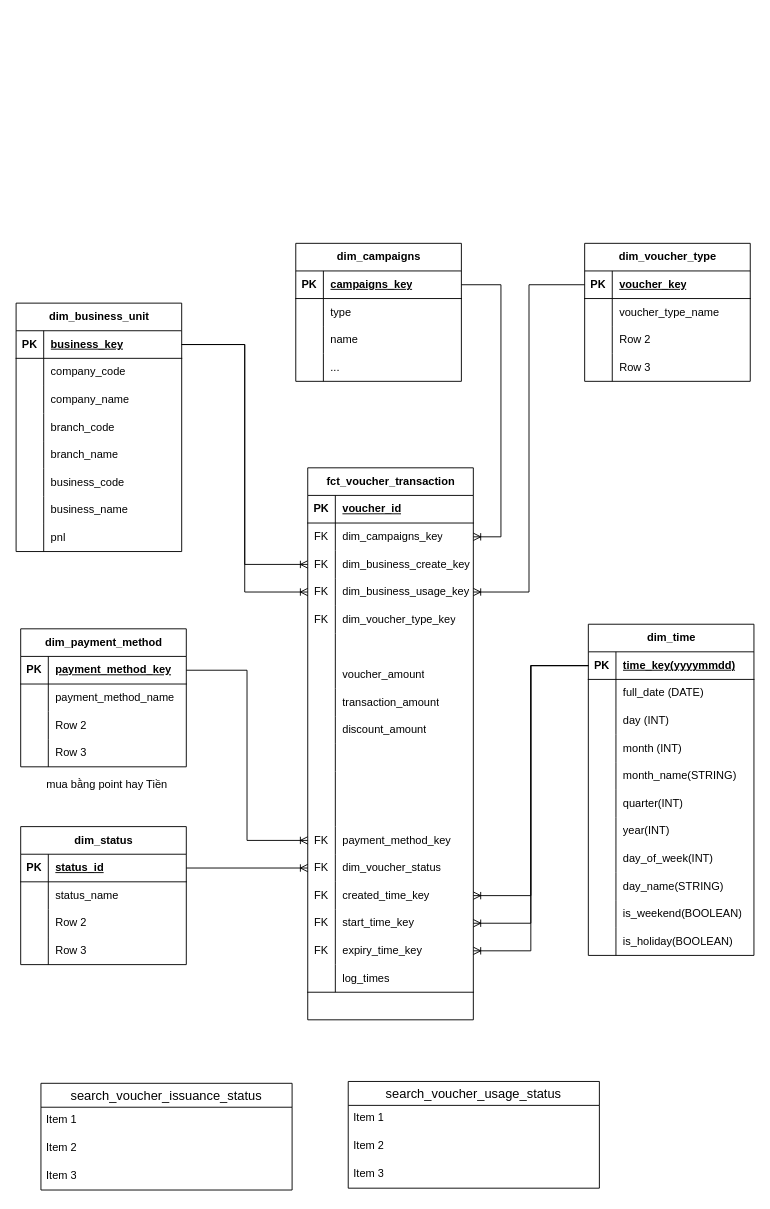
Above: page "Page-1" (1 of 2) of Untitled Diagram.drawio in sonnn1505/Studying (draw.io), before the change. Source tidied: cells renumbered, new cells numbered last; positions are measured from the earlier drawing's top-left corner, leaving out a move shared by most shapes. Both pictures are drawn from the tidied source at 92%, with x=0, y=0 at pixel (16, 243).
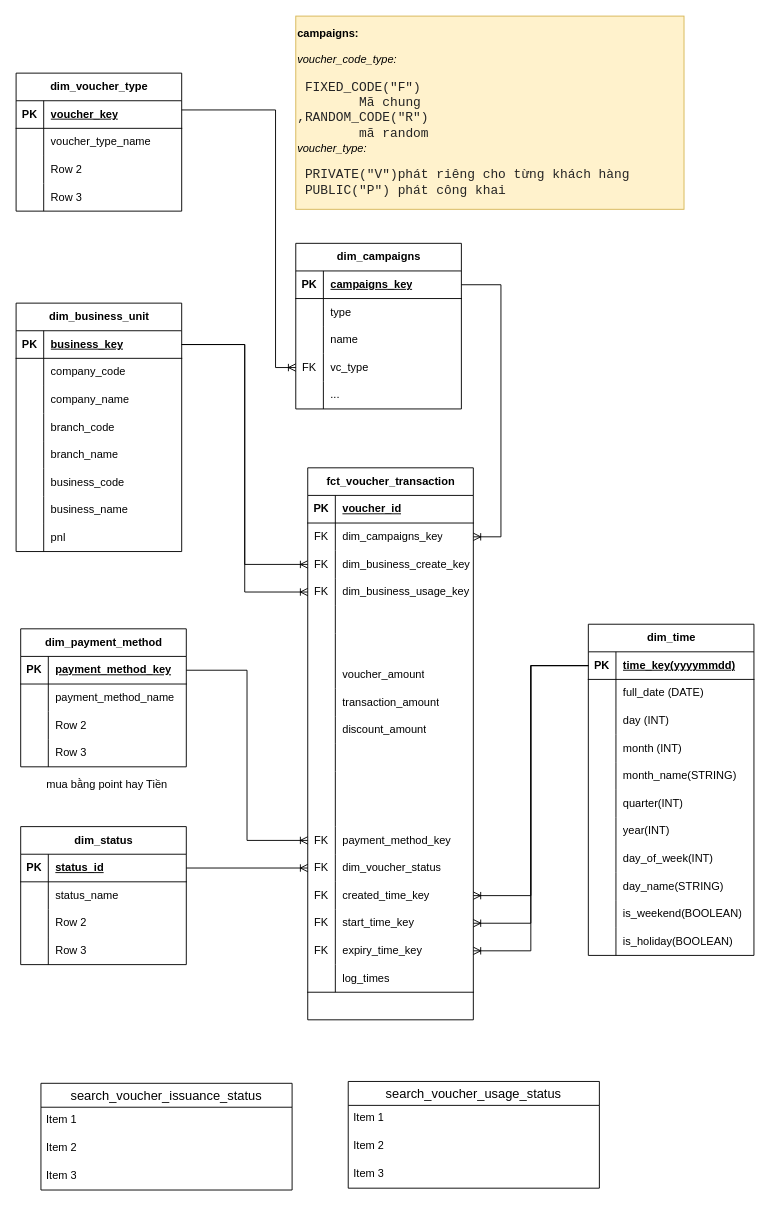
After the change.

Unchanged cells that the change refers to:
```xml
<mxCell id="46" style="shape=tableRow;horizontal=0;startSize=0;swimlaneHead=0;swimlaneBody=0;fillColor=none;points=[[0,0.5],[1,0.5]];portConstraint=eastwest;top=0;left=0;right=0;bottom=0;" parent="36" vertex="1">
  <mxGeometry y="120" width="180" height="30" as="geometry" />
</mxCell>
<mxCell id="49" style="shape=tableRow;horizontal=0;startSize=0;swimlaneHead=0;swimlaneBody=0;fillColor=none;top=0;left=0;right=0;bottom=0;" parent="36" vertex="1">
  <mxGeometry y="150" width="180" height="30" as="geometry" />
</mxCell>
<mxCell id="101" style="shape=tableRow;horizontal=0;startSize=0;swimlaneHead=0;swimlaneBody=0;fillColor=none;points=[[0,0.5],[1,0.5]];portConstraint=eastwest;top=0;left=0;right=0;bottom=0;" parent="91" vertex="1">
  <mxGeometry y="120" width="180" height="30" as="geometry" />
</mxCell>
<mxCell id="130" style="shape=tableRow;horizontal=0;startSize=0;swimlaneHead=0;swimlaneBody=0;fillColor=none;points=[[0,0.5],[1,0.5]];portConstraint=eastwest;top=0;left=0;right=0;bottom=1;" parent="129" vertex="1">
  <mxGeometry y="30" width="180" height="30" as="geometry" />
</mxCell>
```

Change to the diagram source:
```diff
@@
-    <mxCell id="50" value="FK" style="shape=partialRectangle;fillColor=none;top=0;left=0;bottom=0;right=0;overflow=hidden;whiteSpace=wrap;html=1;" parent="49" vertex="1">
+    <mxCell id="50" style="shape=partialRectangle;fillColor=none;top=0;left=0;bottom=0;right=0;overflow=hidden;whiteSpace=wrap;html=1;" parent="49" vertex="1">
       <mxGeometry width="30" height="30" as="geometry" />
     </mxCell>
-    <mxCell id="51" value="dim_voucher_type_key" style="shape=partialRectangle;fillColor=none;top=0;left=0;bottom=0;right=0;align=left;spacingLeft=6;overflow=hidden;whiteSpace=wrap;html=1;" parent="49" vertex="1">
+    <mxCell id="51" style="shape=partialRectangle;fillColor=none;top=0;left=0;bottom=0;right=0;align=left;spacingLeft=6;overflow=hidden;whiteSpace=wrap;html=1;" parent="49" vertex="1">
       <mxGeometry x="30" width="150" height="30" as="geometry" />
     </mxCell>
@@
     <mxCell id="91" value="dim_campaigns" style="shape=table;startSize=30;childLayout=tableLayout;rowLines=0;fontStyle=1;align=center;html=1;" parent="1" vertex="1">
-      <mxGeometry x="304" width="180" height="150" as="geometry" />
+      <mxGeometry x="304" width="180" height="180" as="geometry" />
     </mxCell>
@@
-    <mxCell id="102" style="shape=partialRectangle;fillColor=none;top=0;left=0;bottom=0;right=0;overflow=hidden;whiteSpace=wrap;html=1;" parent="101" vertex="1">
+    <mxCell id="102" value="FK" style="shape=partialRectangle;fillColor=none;top=0;left=0;bottom=0;right=0;overflow=hidden;whiteSpace=wrap;html=1;" parent="101" vertex="1">
       <mxGeometry width="30" height="30" as="geometry" />
     </mxCell>
-    <mxCell id="103" value="..." style="shape=partialRectangle;fillColor=none;top=0;left=0;bottom=0;right=0;align=left;spacingLeft=6;overflow=hidden;whiteSpace=wrap;html=1;" parent="101" vertex="1">
+    <mxCell id="103" value="vc_type" style="shape=partialRectangle;fillColor=none;top=0;left=0;bottom=0;right=0;align=left;spacingLeft=6;overflow=hidden;whiteSpace=wrap;html=1;" parent="101" vertex="1">
       <mxGeometry x="30" width="150" height="30" as="geometry" />
     </mxCell>
+    <mxCell id="186" style="shape=tableRow;horizontal=0;startSize=0;swimlaneHead=0;swimlaneBody=0;fillColor=none;top=0;left=0;right=0;bottom=0;" parent="91" vertex="1">
+      <mxGeometry y="150" width="180" height="30" as="geometry" />
+    </mxCell>
+    <mxCell id="187" style="shape=partialRectangle;fillColor=none;top=0;left=0;bottom=0;right=0;overflow=hidden;whiteSpace=wrap;html=1;" parent="186" vertex="1">
+      <mxGeometry width="30" height="30" as="geometry" />
+    </mxCell>
+    <mxCell id="188" value="..." style="shape=partialRectangle;fillColor=none;top=0;left=0;bottom=0;right=0;align=left;spacingLeft=6;overflow=hidden;whiteSpace=wrap;html=1;" parent="186" vertex="1">
+      <mxGeometry x="30" width="150" height="30" as="geometry" />
+    </mxCell>
@@
     <mxCell id="129" value="dim_voucher_type" style="shape=table;startSize=30;childLayout=tableLayout;rowLines=0;fontStyle=1;align=center;html=1;" parent="1" vertex="1">
-      <mxGeometry x="618" width="180" height="150" as="geometry" />
+      <mxGeometry y="-185" width="180" height="150" as="geometry" />
     </mxCell>
@@
-    <mxCell id="143" style="edgeStyle=orthogonalEdgeStyle;fontSize=12;html=1;endArrow=ERoneToMany;rounded=0;strokeColor=default;curved=0;" parent="1" edge="1" source="130" target="46">
-      <mxGeometry relative="1" as="geometry" />
+    <mxCell id="143" style="edgeStyle=orthogonalEdgeStyle;fontSize=12;html=1;endArrow=ERoneToMany;rounded=0;strokeColor=default;curved=0;entryX=0;entryY=0.5;entryDx=0;entryDy=0;" parent="1" edge="1" source="130" target="101">
+      <mxGeometry relative="1" as="geometry">
+        <Array as="points">
+          <mxPoint x="282" y="-145" />
+          <mxPoint x="282" y="135" />
+        </Array>
+      </mxGeometry>
     </mxCell>
@@
+    <mxCell id="189" value="&lt;b&gt;campaigns:&lt;/b&gt;&lt;br&gt;&lt;br&gt;&lt;i&gt;voucher_code_type:&lt;/i&gt;&lt;div&gt;&lt;i&gt;&lt;br&gt;&lt;/i&gt;&lt;span style=&quot;color: rgb(36, 36, 36); font-family: &amp;quot;Cascadia Mono&amp;quot;, Consolas, ui-monospace, Menlo, Monaco, monospace; font-size: 14px; white-space: pre;&quot;&gt;&amp;nbsp;FIXED_CODE(&quot;F&quot;)&lt;/span&gt;&lt;div&gt;&lt;span style=&quot;color: rgb(36, 36, 36); font-family: &amp;quot;Cascadia Mono&amp;quot;, Consolas, ui-monospace, Menlo, Monaco, monospace; font-size: 14px; white-space: pre;&quot;&gt;&lt;span style=&quot;white-space: pre;&quot;&gt;&#9;&lt;/span&gt;Mã chung&lt;br&gt;&lt;/span&gt;&lt;/div&gt;&lt;div&gt;&lt;span style=&quot;color: rgb(36, 36, 36); font-family: &amp;quot;Cascadia Mono&amp;quot;, Consolas, ui-monospace, Menlo, Monaco, monospace; font-size: 14px; white-space: pre;&quot;&gt;,RANDOM_CODE(&quot;R&quot;)&lt;/span&gt;&lt;/div&gt;&lt;div&gt;&lt;font face=&quot;Cascadia Mono, Consolas, ui-monospace, Menlo, Monaco, monospace&quot; color=&quot;#242424&quot;&gt;&lt;span style=&quot;font-size: 14px; white-space: pre;&quot;&gt;&lt;span style=&quot;white-space: pre;&quot;&gt;&#9;&lt;/span&gt;mã random&lt;br&gt;&lt;/span&gt;&lt;/font&gt;&lt;div&gt;&lt;i&gt;voucher_type:&lt;/i&gt;&lt;/div&gt;&lt;div&gt;&lt;i&gt;&lt;br&gt;&lt;/i&gt;&lt;/div&gt;&lt;div&gt;&lt;span style=&quot;color: rgb(36, 36, 36); font-family: &amp;quot;Cascadia Mono&amp;quot;, Consolas, ui-monospace, Menlo, Monaco, monospace; font-size: 14px; white-space: pre;&quot;&gt;&amp;nbsp;PRIVATE(&quot;V&quot;)phát riêng cho từng khách hàng&lt;/span&gt;&lt;/div&gt;&lt;div&gt;&lt;span style=&quot;color: rgb(36, 36, 36); font-family: &amp;quot;Cascadia Mono&amp;quot;, Consolas, ui-monospace, Menlo, Monaco, monospace; font-size: 14px; white-space: pre;&quot;&gt; PUBLIC(&quot;P&quot;) phát công khai&lt;/span&gt;&lt;/div&gt;&lt;/div&gt;&lt;/div&gt;" style="text;html=1;align=left;verticalAlign=middle;whiteSpace=wrap;rounded=0;fillColor=#fff2cc;strokeColor=#d6b656;" parent="1" vertex="1">
+      <mxGeometry x="304" y="-247" width="422" height="210" as="geometry" />
+    </mxCell>
```
